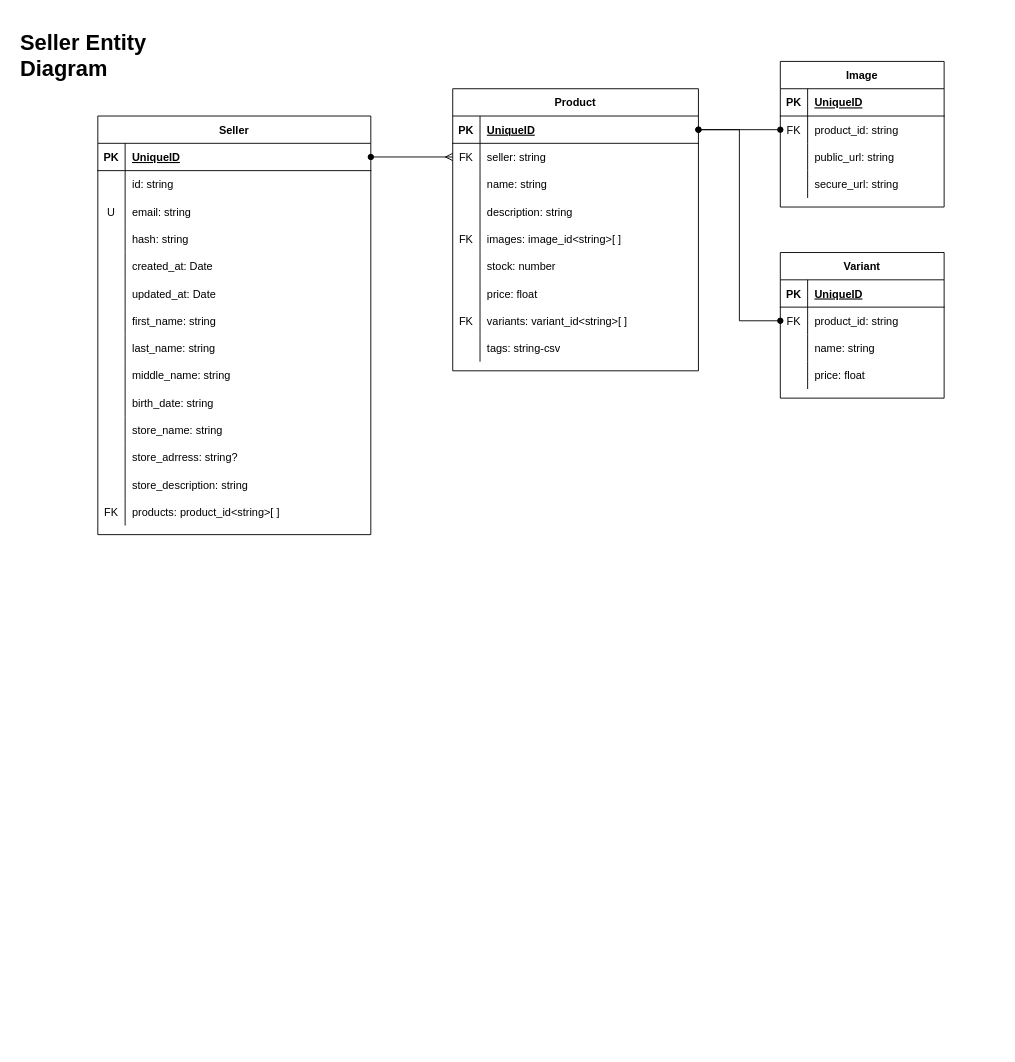
Above: eestore-diagrams.drawio in EricEchemane/EE-Store (draw.io), before the change. Source tidied: cells renumbered, new cells numbered last; positions are measured from the earlier drawing's top-left corner, leaving out a move shared by most shapes. Both pictures are drawn from the tidied source at 91%, with x=0, y=0 at pixel (15, 25).
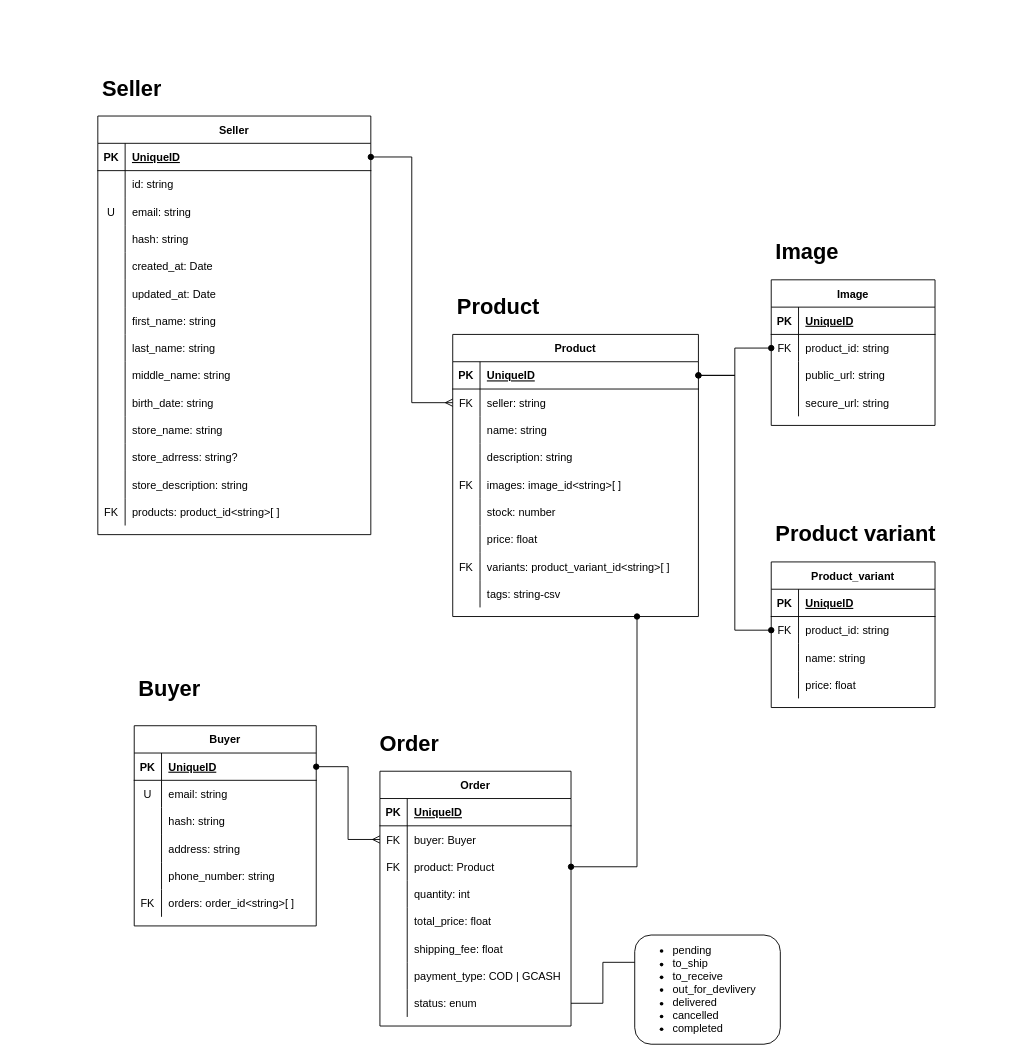
The same diagram, later.

Commit message:
diagrams/entities: new buyer entity

The change refers to these unchanged cells:
```xml
<mxCell id="68" style="shape=partialRectangle;fillColor=none;top=0;left=0;bottom=0;right=0;" parent="46" vertex="1">
  <mxGeometry y="240" width="270" height="30" as="geometry" />
</mxCell>
```

Change to the diagram source:
```diff
@@
-    <mxCell id="2" value="&lt;h1&gt;Seller Entity Diagram&lt;/h1&gt;" style="text;html=1;strokeColor=none;fillColor=none;spacing=5;spacingTop=-20;whiteSpace=wrap;overflow=hidden;rounded=0;" parent="1" vertex="1">
-      <mxGeometry width="190" height="120" as="geometry" />
+    <mxCell id="2" value="&lt;h1&gt;Seller&lt;/h1&gt;" style="text;html=1;strokeColor=none;fillColor=none;spacing=5;spacingTop=-20;whiteSpace=wrap;overflow=hidden;rounded=0;" parent="1" vertex="1">
+      <mxGeometry x="90" y="50" width="330" height="50" as="geometry" />
     </mxCell>
@@
     <mxCell id="46" value="Product" style="shape=table;startSize=30;childLayout=tableLayout;rowLines=0;fontStyle=1;align=center;" parent="1" vertex="1">
-      <mxGeometry x="480" y="70" width="270" height="310" as="geometry" />
+      <mxGeometry x="480" y="340" width="270" height="310" as="geometry" />
     </mxCell>
@@
-    <mxCell id="70" value="variants: variant_id&lt;string&gt;[ ]" style="shape=partialRectangle;fillColor=none;top=0;left=0;bottom=0;right=0;align=left;spacingLeft=6;overflow=hidden;" parent="68" vertex="1">
+    <mxCell id="70" value="variants: product_variant_id&lt;string&gt;[ ]" style="shape=partialRectangle;fillColor=none;top=0;left=0;bottom=0;right=0;align=left;spacingLeft=6;overflow=hidden;" parent="68" vertex="1">
       <mxGeometry x="30" width="240" height="30" as="geometry" />
     </mxCell>
@@
     <mxCell id="75" value="Image" style="shape=table;startSize=30;childLayout=tableLayout;rowLines=0;fontStyle=1;align=center;" parent="1" vertex="1">
-      <mxGeometry x="840" y="40" width="180" height="160" as="geometry" />
+      <mxGeometry x="830" y="280" width="180" height="160" as="geometry" />
     </mxCell>
@@
-    <mxCell id="89" value="Variant" style="shape=table;startSize=30;childLayout=tableLayout;rowLines=0;fontStyle=1;align=center;" parent="1" vertex="1">
-      <mxGeometry x="840" y="250" width="180" height="160" as="geometry" />
+    <mxCell id="89" value="Product_variant" style="shape=table;startSize=30;childLayout=tableLayout;rowLines=0;fontStyle=1;align=center;" parent="1" vertex="1">
+      <mxGeometry x="830" y="590" width="180" height="160" as="geometry" />
     </mxCell>
@@
+    <mxCell id="103" value="&lt;h1&gt;Buyer&lt;/h1&gt;" style="text;html=1;strokeColor=none;fillColor=none;spacing=5;spacingTop=-20;whiteSpace=wrap;overflow=hidden;rounded=0;" parent="1" vertex="1">
+      <mxGeometry x="130" y="710" width="320" height="40" as="geometry" />
+    </mxCell>
+    <mxCell id="104" value="Buyer" style="shape=table;startSize=30;childLayout=tableLayout;rowLines=0;fontStyle=1;align=center;" parent="1" vertex="1">
+      <mxGeometry x="130" y="770" width="200" height="220" as="geometry" />
+    </mxCell>
+    <mxCell id="105" style="shape=partialRectangle;fillColor=none;top=0;left=0;bottom=1;right=0;points=[[0,0.5],[1,0.5]];portConstraint=eastwest;" parent="104" vertex="1">
+      <mxGeometry y="30" width="200" height="30" as="geometry" />
+    </mxCell>
+    <mxCell id="106" value="PK" style="shape=partialRectangle;fillColor=none;top=0;left=0;bottom=0;right=0;fontStyle=1;overflow=hidden;" parent="105" vertex="1">
+      <mxGeometry width="30" height="30" as="geometry" />
+    </mxCell>
+    <mxCell id="107" value="UniqueID" style="shape=partialRectangle;fillColor=none;top=0;left=0;bottom=0;right=0;align=left;spacingLeft=6;fontStyle=5;overflow=hidden;" parent="105" vertex="1">
+      <mxGeometry x="30" width="170" height="30" as="geometry" />
+    </mxCell>
+    <mxCell id="108" style="shape=partialRectangle;fillColor=none;top=0;left=0;bottom=0;right=0;" parent="104" vertex="1">
+      <mxGeometry y="60" width="200" height="30" as="geometry" />
+    </mxCell>
+    <mxCell id="109" value="U" style="shape=partialRectangle;fillColor=none;top=0;left=0;bottom=0;right=0;overflow=hidden;" parent="108" vertex="1">
+      <mxGeometry width="30" height="30" as="geometry" />
+    </mxCell>
+    <mxCell id="110" value="email: string" style="shape=partialRectangle;fillColor=none;top=0;left=0;bottom=0;right=0;align=left;spacingLeft=6;overflow=hidden;" parent="108" vertex="1">
+      <mxGeometry x="30" width="170" height="30" as="geometry" />
+    </mxCell>
+    <mxCell id="111" style="shape=partialRectangle;fillColor=none;top=0;left=0;bottom=0;right=0;" parent="104" vertex="1">
+      <mxGeometry y="90" width="200" height="30" as="geometry" />
+    </mxCell>
+    <mxCell id="112" style="shape=partialRectangle;fillColor=none;top=0;left=0;bottom=0;right=0;overflow=hidden;" parent="111" vertex="1">
+      <mxGeometry width="30" height="30" as="geometry" />
+    </mxCell>
+    <mxCell id="113" value="hash: string" style="shape=partialRectangle;fillColor=none;top=0;left=0;bottom=0;right=0;align=left;spacingLeft=6;overflow=hidden;" parent="111" vertex="1">
+      <mxGeometry x="30" width="170" height="30" as="geometry" />
+    </mxCell>
+    <mxCell id="114" style="shape=partialRectangle;fillColor=none;top=0;left=0;bottom=0;right=0;" parent="104" vertex="1">
+      <mxGeometry y="120" width="200" height="30" as="geometry" />
+    </mxCell>
+    <mxCell id="115" style="shape=partialRectangle;fillColor=none;top=0;left=0;bottom=0;right=0;overflow=hidden;" parent="114" vertex="1">
+      <mxGeometry width="30" height="30" as="geometry" />
+    </mxCell>
+    <mxCell id="116" value="address: string" style="shape=partialRectangle;fillColor=none;top=0;left=0;bottom=0;right=0;align=left;spacingLeft=6;overflow=hidden;" parent="114" vertex="1">
+      <mxGeometry x="30" width="170" height="30" as="geometry" />
+    </mxCell>
+    <mxCell id="117" style="shape=partialRectangle;fillColor=none;top=0;left=0;bottom=0;right=0;" parent="104" vertex="1">
+      <mxGeometry y="150" width="200" height="30" as="geometry" />
+    </mxCell>
+    <mxCell id="118" style="shape=partialRectangle;fillColor=none;top=0;left=0;bottom=0;right=0;overflow=hidden;" parent="117" vertex="1">
+      <mxGeometry width="30" height="30" as="geometry" />
+    </mxCell>
+    <mxCell id="119" value="phone_number: string" style="shape=partialRectangle;fillColor=none;top=0;left=0;bottom=0;right=0;align=left;spacingLeft=6;overflow=hidden;" parent="117" vertex="1">
+      <mxGeometry x="30" width="170" height="30" as="geometry" />
+    </mxCell>
+    <mxCell id="120" style="shape=partialRectangle;fillColor=none;top=0;left=0;bottom=0;right=0;" parent="104" vertex="1">
+      <mxGeometry y="180" width="200" height="30" as="geometry" />
+    </mxCell>
+    <mxCell id="121" value="FK" style="shape=partialRectangle;fillColor=none;top=0;left=0;bottom=0;right=0;overflow=hidden;" parent="120" vertex="1">
+      <mxGeometry width="30" height="30" as="geometry" />
+    </mxCell>
+    <mxCell id="122" value="orders: order_id&lt;string&gt;[ ] " style="shape=partialRectangle;fillColor=none;top=0;left=0;bottom=0;right=0;align=left;spacingLeft=6;overflow=hidden;" parent="120" vertex="1">
+      <mxGeometry x="30" width="170" height="30" as="geometry" />
+    </mxCell>
+    <mxCell id="123" value="Order" style="shape=table;startSize=30;childLayout=tableLayout;rowLines=0;fontStyle=1;align=center;" parent="1" vertex="1">
+      <mxGeometry x="400" y="820" width="210" height="280" as="geometry" />
+    </mxCell>
+    <mxCell id="124" style="shape=partialRectangle;fillColor=none;top=0;left=0;bottom=1;right=0;" parent="123" vertex="1">
+      <mxGeometry y="30" width="210" height="30" as="geometry" />
+    </mxCell>
+    <mxCell id="125" value="PK" style="shape=partialRectangle;fillColor=none;top=0;left=0;bottom=0;right=0;fontStyle=1;overflow=hidden;" parent="124" vertex="1">
+      <mxGeometry width="30" height="30" as="geometry" />
+    </mxCell>
+    <mxCell id="126" value="UniqueID" style="shape=partialRectangle;fillColor=none;top=0;left=0;bottom=0;right=0;align=left;spacingLeft=6;fontStyle=5;overflow=hidden;" parent="124" vertex="1">
+      <mxGeometry x="30" width="180" height="30" as="geometry" />
+    </mxCell>
+    <mxCell id="127" style="shape=partialRectangle;fillColor=none;top=0;left=0;bottom=0;right=0;points=[[0,0.5],[1,0.5]];portConstraint=eastwest;" parent="123" vertex="1">
+      <mxGeometry y="60" width="210" height="30" as="geometry" />
+    </mxCell>
+    <mxCell id="128" value="FK" style="shape=partialRectangle;fillColor=none;top=0;left=0;bottom=0;right=0;overflow=hidden;" parent="127" vertex="1">
+      <mxGeometry width="30" height="30" as="geometry" />
+    </mxCell>
+    <mxCell id="129" value="buyer: Buyer" style="shape=partialRectangle;fillColor=none;top=0;left=0;bottom=0;right=0;align=left;spacingLeft=6;overflow=hidden;" parent="127" vertex="1">
+      <mxGeometry x="30" width="180" height="30" as="geometry" />
+    </mxCell>
+    <mxCell id="130" style="shape=partialRectangle;fillColor=none;top=0;left=0;bottom=0;right=0;points=[[0,0.5],[1,0.5]];portConstraint=eastwest;" parent="123" vertex="1">
+      <mxGeometry y="90" width="210" height="30" as="geometry" />
+    </mxCell>
+    <mxCell id="131" value="FK" style="shape=partialRectangle;fillColor=none;top=0;left=0;bottom=0;right=0;overflow=hidden;" parent="130" vertex="1">
+      <mxGeometry width="30" height="30" as="geometry" />
+    </mxCell>
+    <mxCell id="132" value="product: Product" style="shape=partialRectangle;fillColor=none;top=0;left=0;bottom=0;right=0;align=left;spacingLeft=6;overflow=hidden;" parent="130" vertex="1">
+      <mxGeometry x="30" width="180" height="30" as="geometry" />
+    </mxCell>
+    <mxCell id="133" style="shape=partialRectangle;fillColor=none;top=0;left=0;bottom=0;right=0;" parent="123" vertex="1">
+      <mxGeometry y="120" width="210" height="30" as="geometry" />
+    </mxCell>
+    <mxCell id="134" style="shape=partialRectangle;fillColor=none;top=0;left=0;bottom=0;right=0;overflow=hidden;" parent="133" vertex="1">
+      <mxGeometry width="30" height="30" as="geometry" />
+    </mxCell>
+    <mxCell id="135" value="quantity: int" style="shape=partialRectangle;fillColor=none;top=0;left=0;bottom=0;right=0;align=left;spacingLeft=6;overflow=hidden;" parent="133" vertex="1">
+      <mxGeometry x="30" width="180" height="30" as="geometry" />
+    </mxCell>
+    <mxCell id="136" style="shape=partialRectangle;fillColor=none;top=0;left=0;bottom=0;right=0;" parent="123" vertex="1">
+      <mxGeometry y="150" width="210" height="30" as="geometry" />
+    </mxCell>
+    <mxCell id="137" style="shape=partialRectangle;fillColor=none;top=0;left=0;bottom=0;right=0;overflow=hidden;" parent="136" vertex="1">
+      <mxGeometry width="30" height="30" as="geometry" />
+    </mxCell>
+    <mxCell id="138" value="total_price: float" style="shape=partialRectangle;fillColor=none;top=0;left=0;bottom=0;right=0;align=left;spacingLeft=6;overflow=hidden;" parent="136" vertex="1">
+      <mxGeometry x="30" width="180" height="30" as="geometry" />
+    </mxCell>
+    <mxCell id="139" style="shape=partialRectangle;fillColor=none;top=0;left=0;bottom=0;right=0;" parent="123" vertex="1">
+      <mxGeometry y="180" width="210" height="30" as="geometry" />
+    </mxCell>
+    <mxCell id="140" style="shape=partialRectangle;fillColor=none;top=0;left=0;bottom=0;right=0;overflow=hidden;" parent="139" vertex="1">
+      <mxGeometry width="30" height="30" as="geometry" />
+    </mxCell>
+    <mxCell id="141" value="shipping_fee: float" style="shape=partialRectangle;fillColor=none;top=0;left=0;bottom=0;right=0;align=left;spacingLeft=6;overflow=hidden;" parent="139" vertex="1">
+      <mxGeometry x="30" width="180" height="30" as="geometry" />
+    </mxCell>
+    <mxCell id="142" style="shape=partialRectangle;fillColor=none;top=0;left=0;bottom=0;right=0;" parent="123" vertex="1">
+      <mxGeometry y="210" width="210" height="30" as="geometry" />
+    </mxCell>
+    <mxCell id="143" style="shape=partialRectangle;fillColor=none;top=0;left=0;bottom=0;right=0;overflow=hidden;" parent="142" vertex="1">
+      <mxGeometry width="30" height="30" as="geometry" />
+    </mxCell>
+    <mxCell id="144" value="payment_type: COD | GCASH" style="shape=partialRectangle;fillColor=none;top=0;left=0;bottom=0;right=0;align=left;spacingLeft=6;overflow=hidden;" parent="142" vertex="1">
+      <mxGeometry x="30" width="180" height="30" as="geometry" />
+    </mxCell>
+    <mxCell id="145" style="shape=partialRectangle;fillColor=none;top=0;left=0;bottom=0;right=0;points=[[0,0.5],[1,0.5]];portConstraint=eastwest;" parent="123" vertex="1">
+      <mxGeometry y="240" width="210" height="30" as="geometry" />
+    </mxCell>
+    <mxCell id="146" style="shape=partialRectangle;fillColor=none;top=0;left=0;bottom=0;right=0;overflow=hidden;" parent="145" vertex="1">
+      <mxGeometry width="30" height="30" as="geometry" />
+    </mxCell>
+    <mxCell id="147" value="status: enum" style="shape=partialRectangle;fillColor=none;top=0;left=0;bottom=0;right=0;align=left;spacingLeft=6;overflow=hidden;" parent="145" vertex="1">
+      <mxGeometry x="30" width="180" height="30" as="geometry" />
+    </mxCell>
+    <mxCell id="148" style="edgeStyle=orthogonalEdgeStyle;rounded=0;jettySize=auto;html=1;exitX=1;exitY=0.5;exitDx=0;exitDy=0;entryX=0;entryY=0.5;entryDx=0;entryDy=0;startArrow=oval;startFill=1;endArrow=ERmany;endFill=0;" parent="1" edge="1" source="105" target="127">
+      <mxGeometry relative="1" as="geometry" />
+    </mxCell>
+    <mxCell id="149" style="edgeStyle=orthogonalEdgeStyle;rounded=0;jettySize=auto;html=1;exitX=1;exitY=0.5;exitDx=0;exitDy=0;entryX=0.75;entryY=1;entryDx=0;entryDy=0;startArrow=oval;startFill=1;endArrow=oval;endFill=1;" parent="1" edge="1" source="130" target="46">
+      <mxGeometry relative="1" as="geometry" />
+    </mxCell>
+    <mxCell id="150" value="&lt;h1&gt;Product&lt;/h1&gt;" style="text;html=1;strokeColor=none;fillColor=none;spacing=5;spacingTop=-20;whiteSpace=wrap;overflow=hidden;rounded=0;" parent="1" vertex="1">
+      <mxGeometry x="480" y="290" width="250" height="40" as="geometry" />
+    </mxCell>
+    <mxCell id="151" value="&lt;h1&gt;Order&lt;/h1&gt;" style="text;html=1;strokeColor=none;fillColor=none;spacing=5;spacingTop=-20;whiteSpace=wrap;overflow=hidden;rounded=0;" parent="1" vertex="1">
+      <mxGeometry x="395" y="770" width="320" height="40" as="geometry" />
+    </mxCell>
+    <mxCell id="152" value="&lt;h1&gt;Image&lt;/h1&gt;" style="text;html=1;strokeColor=none;fillColor=none;spacing=5;spacingTop=-20;whiteSpace=wrap;overflow=hidden;rounded=0;" parent="1" vertex="1">
+      <mxGeometry x="830" y="230" width="250" height="40" as="geometry" />
+    </mxCell>
+    <mxCell id="153" value="&lt;h1&gt;Product variant&lt;/h1&gt;" style="text;html=1;strokeColor=none;fillColor=none;spacing=5;spacingTop=-20;whiteSpace=wrap;overflow=hidden;rounded=0;" parent="1" vertex="1">
+      <mxGeometry x="830" y="540" width="250" height="40" as="geometry" />
+    </mxCell>
+    <mxCell id="154" value="&lt;ul&gt;&lt;li&gt;pending&lt;/li&gt;&lt;li&gt;to_ship&lt;/li&gt;&lt;li&gt;to_receive&lt;/li&gt;&lt;li&gt;out_for_devlivery&lt;/li&gt;&lt;li&gt;delivered&lt;/li&gt;&lt;li&gt;cancelled&lt;/li&gt;&lt;li&gt;completed&lt;/li&gt;&lt;/ul&gt;" style="rounded=1;whiteSpace=wrap;html=1;align=left;" parent="1" vertex="1">
+      <mxGeometry x="680" y="1000" width="160" height="120" as="geometry" />
+    </mxCell>
+    <mxCell id="155" style="edgeStyle=orthogonalEdgeStyle;rounded=0;jettySize=auto;html=1;exitX=1;exitY=0.5;exitDx=0;exitDy=0;entryX=0;entryY=0.25;entryDx=0;entryDy=0;startArrow=none;startFill=0;endArrow=none;endFill=0;" parent="1" edge="1" source="145" target="154">
+      <mxGeometry relative="1" as="geometry" />
+    </mxCell>
```
